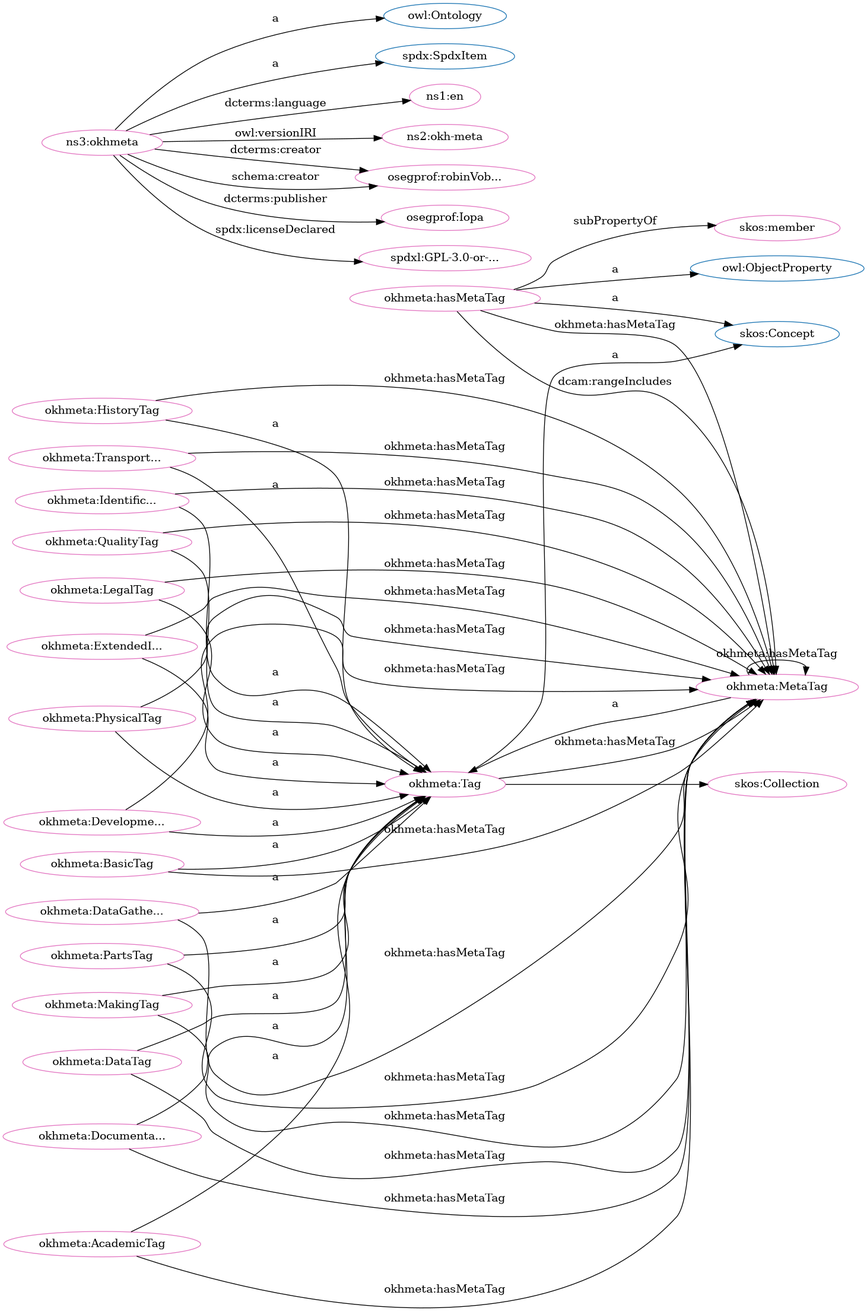
Above: src/spec/dot_okh-meta.png in iop-alliance/OpenKnowHow (Graphviz), before the change. Its source is kept beside it as src/spec/dot_okh-meta.dot.
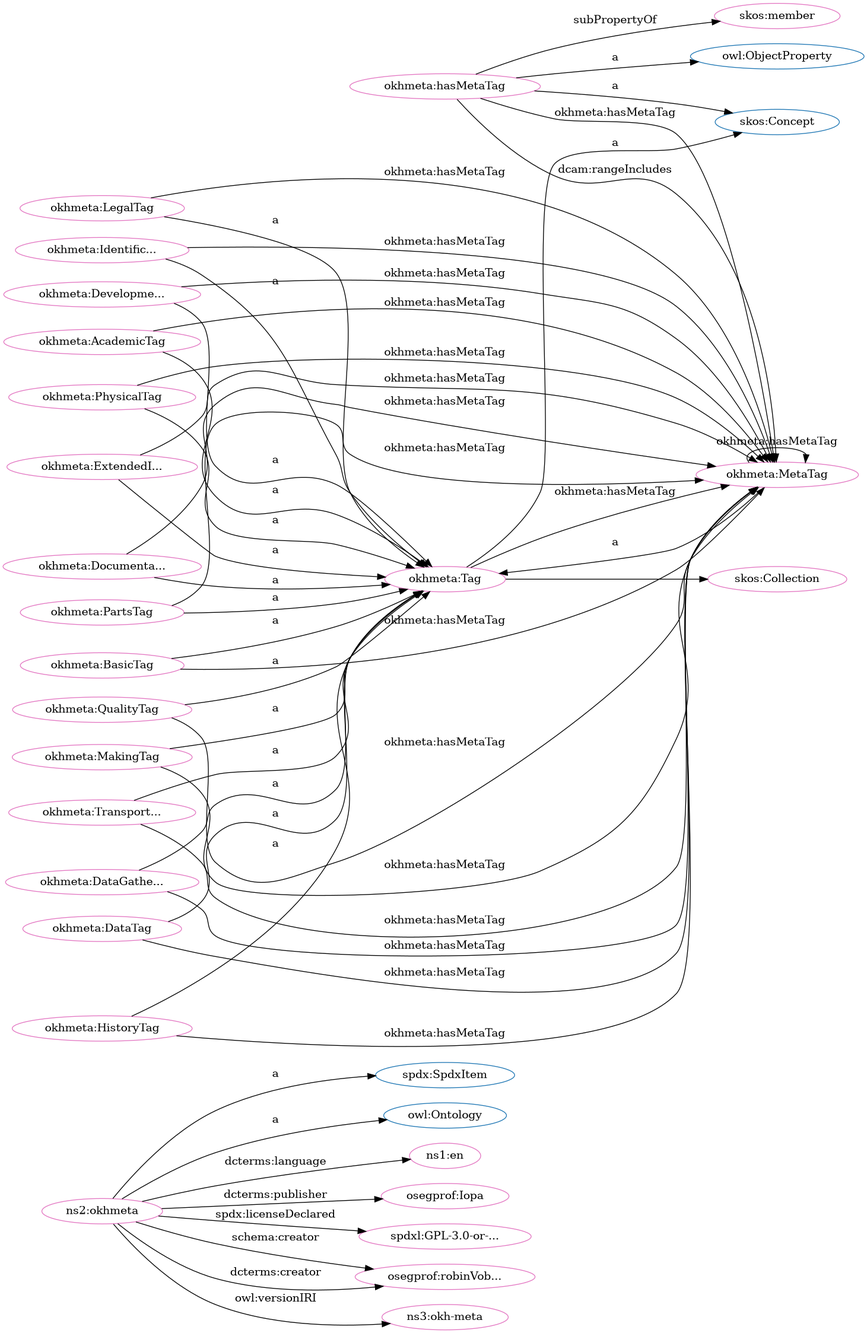
Above is the later version.

Change to the diagram source:
```diff
@@ -1,84 +1,84 @@
 digraph G {
   rankdir=BT
   node[height=.3]
+"http://spdx.org/rdf/terms#SpdxItem" [fillcolor="#1f77b4" color="#1f77b4" label="spdx:SpdxItem"]
+"http://www.w3.org/2004/02/skos/core#Collection" [fillcolor="#1f77b4" color="#1f77b4" label="skos:Collection"]
+"http://www.w3.org/2002/07/owl#ObjectProperty" [fillcolor="#1f77b4" color="#1f77b4" label="owl:ObjectProperty"]
 "http://www.w3.org/2004/02/skos/core#Concept" [fillcolor="#1f77b4" color="#1f77b4" label="skos:Concept"]
 "http://www.w3.org/2002/07/owl#Ontology" [fillcolor="#1f77b4" color="#1f77b4" label="owl:Ontology"]
-"http://www.w3.org/2004/02/skos/core#Collection" [fillcolor="#1f77b4" color="#1f77b4" label="skos:Collection"]
-"http://www.w3.org/2002/07/owl#ObjectProperty" [fillcolor="#1f77b4" color="#1f77b4" label="owl:ObjectProperty"]
-"http://spdx.org/rdf/terms#SpdxItem" [fillcolor="#1f77b4" color="#1f77b4" label="spdx:SpdxItem"]
 "http://w3id.org/oseg/ont/okhmeta#Tag" [fillcolor="#1f77b4" color="#1f77b4" label="okhmeta:Tag"]
 "http://w3id.org/oseg/ont/okhmeta#MetaTag" [fillcolor="#e377c2" color="#e377c2" label="okhmeta:MetaTag"]
+"http://id.loc.gov/vocabulary/iso639-1/en" [fillcolor="#e377c2" color="#e377c2" label="ns1:en"]
+"http://w3id.org/oseg/ont/okhmeta#hasMetaTag" [fillcolor="#e377c2" color="#e377c2" label="okhmeta:hasMetaTag"]
+"http://w3id.org/oseg/ont/okhmeta#MakingTag" [fillcolor="#e377c2" color="#e377c2" label="okhmeta:MakingTag"]
+"http://w3id.org/oseg/ont/okhmeta#DevelopmentTag" [fillcolor="#e377c2" color="#e377c2" label="okhmeta:Developme..."]
+"http://w3id.org/oseg/ont/okhmeta#Tag" [fillcolor="#e377c2" color="#e377c2" label="okhmeta:Tag"]
 "http://w3id.org/oseg/ont/okhmeta#LegalTag" [fillcolor="#e377c2" color="#e377c2" label="okhmeta:LegalTag"]
-"http://id.loc.gov/vocabulary/iso639-1/en" [fillcolor="#e377c2" color="#e377c2" label="ns1:en"]
+"http://w3id.org/oseg/ont/okhmeta#QualityTag" [fillcolor="#e377c2" color="#e377c2" label="okhmeta:QualityTag"]
+"http://w3id.org/oseg/ont/okhmeta#ExtendedInfoTag" [fillcolor="#e377c2" color="#e377c2" label="okhmeta:ExtendedI..."]
+"http://w3id.org/oseg/ont/okhmeta#IdentificationTag" [fillcolor="#e377c2" color="#e377c2" label="okhmeta:Identific..."]
+"http://w3id.org/oseg/ont/okhmeta" [fillcolor="#e377c2" color="#e377c2" label="ns2:okhmeta"]
+"http://w3id.org/oseg/ont/oseg-profiles#Iopa" [fillcolor="#e377c2" color="#e377c2" label="osegprof:Iopa"]
 "http://w3id.org/oseg/ont/okhmeta#DataTag" [fillcolor="#e377c2" color="#e377c2" label="okhmeta:DataTag"]
+"http://spdx.org/licenses/GPL-3.0-or-later" [fillcolor="#e377c2" color="#e377c2" label="spdxl:GPL-3.0-or-..."]
+"http://w3id.org/oseg/ont/oseg-profiles#robinVobruba" [fillcolor="#e377c2" color="#e377c2" label="osegprof:robinVob..."]
+"http://www.w3.org/2004/02/skos/core#Collection" [fillcolor="#e377c2" color="#e377c2" label="skos:Collection"]
+"http://www.w3.org/2004/02/skos/core#member" [fillcolor="#e377c2" color="#e377c2" label="skos:member"]
+"http://w3id.org/oseg/ont/okhmeta#BasicTag" [fillcolor="#e377c2" color="#e377c2" label="okhmeta:BasicTag"]
 "http://w3id.org/oseg/ont/okhmeta#HistoryTag" [fillcolor="#e377c2" color="#e377c2" label="okhmeta:HistoryTag"]
-"http://w3id.org/oseg/ont/1.1.0/okh-meta" [fillcolor="#e377c2" color="#e377c2" label="ns2:okh-meta"]
+"http://w3id.org/oseg/ont/okhmeta#DocumentationTag" [fillcolor="#e377c2" color="#e377c2" label="okhmeta:Documenta..."]
 "http://w3id.org/oseg/ont/okhmeta#DataGatheringTag" [fillcolor="#e377c2" color="#e377c2" label="okhmeta:DataGathe..."]
-"http://w3id.org/oseg/ont/okhmeta#MakingTag" [fillcolor="#e377c2" color="#e377c2" label="okhmeta:MakingTag"]
+"http://w3id.org/oseg/ont/okhmeta#PartsTag" [fillcolor="#e377c2" color="#e377c2" label="okhmeta:PartsTag"]
+"http://w3id.org/oseg/ont/okhmeta#PhysicalTag" [fillcolor="#e377c2" color="#e377c2" label="okhmeta:PhysicalTag"]
 "http://w3id.org/oseg/ont/okhmeta#TransportationTag" [fillcolor="#e377c2" color="#e377c2" label="okhmeta:Transport..."]
-"http://w3id.org/oseg/ont/oseg-profiles#robinVobruba" [fillcolor="#e377c2" color="#e377c2" label="osegprof:robinVob..."]
-"http://w3id.org/oseg/ont/okhmeta#hasMetaTag" [fillcolor="#e377c2" color="#e377c2" label="okhmeta:hasMetaTag"]
-"http://w3id.org/oseg/ont/okhmeta#IdentificationTag" [fillcolor="#e377c2" color="#e377c2" label="okhmeta:Identific..."]
-"http://w3id.org/oseg/ont/oseg-profiles#Iopa" [fillcolor="#e377c2" color="#e377c2" label="osegprof:Iopa"]
-"http://spdx.org/licenses/GPL-3.0-or-later" [fillcolor="#e377c2" color="#e377c2" label="spdxl:GPL-3.0-or-..."]
-"http://w3id.org/oseg/ont/okhmeta#BasicTag" [fillcolor="#e377c2" color="#e377c2" label="okhmeta:BasicTag"]
 "http://w3id.org/oseg/ont/okhmeta#AcademicTag" [fillcolor="#e377c2" color="#e377c2" label="okhmeta:AcademicTag"]
-"http://w3id.org/oseg/ont/okhmeta#PhysicalTag" [fillcolor="#e377c2" color="#e377c2" label="okhmeta:PhysicalTag"]
-"http://w3id.org/oseg/ont/okhmeta#DocumentationTag" [fillcolor="#e377c2" color="#e377c2" label="okhmeta:Documenta..."]
-"http://w3id.org/oseg/ont/okhmeta#Tag" [fillcolor="#e377c2" color="#e377c2" label="okhmeta:Tag"]
-"http://w3id.org/oseg/ont/okhmeta#DevelopmentTag" [fillcolor="#e377c2" color="#e377c2" label="okhmeta:Developme..."]
-"http://w3id.org/oseg/ont/okhmeta#PartsTag" [fillcolor="#e377c2" color="#e377c2" label="okhmeta:PartsTag"]
-"http://www.w3.org/2004/02/skos/core#Collection" [fillcolor="#e377c2" color="#e377c2" label="skos:Collection"]
-"http://w3id.org/oseg/ont/okhmeta#ExtendedInfoTag" [fillcolor="#e377c2" color="#e377c2" label="okhmeta:ExtendedI..."]
-"http://w3id.org/oseg/ont/okhmeta" [fillcolor="#e377c2" color="#e377c2" label="ns3:okhmeta"]
-"http://w3id.org/oseg/ont/okhmeta#QualityTag" [fillcolor="#e377c2" color="#e377c2" label="okhmeta:QualityTag"]
-"http://www.w3.org/2004/02/skos/core#member" [fillcolor="#e377c2" color="#e377c2" label="skos:member"]
+"http://w3id.org/oseg/ont/1.1.0/okh-meta" [fillcolor="#e377c2" color="#e377c2" label="ns3:okh-meta"]
+  "http://w3id.org/oseg/ont/okhmeta" -> "http://id.loc.gov/vocabulary/iso639-1/en" [label="dcterms:language"]
+  "http://w3id.org/oseg/ont/okhmeta#hasMetaTag" -> "http://www.w3.org/2002/07/owl#ObjectProperty" [label="a"]
+  "http://w3id.org/oseg/ont/okhmeta#AcademicTag" -> "http://w3id.org/oseg/ont/okhmeta#MetaTag" [label="okhmeta:hasMetaTag"]
+  "http://w3id.org/oseg/ont/okhmeta#BasicTag" -> "http://w3id.org/oseg/ont/okhmeta#MetaTag" [label="okhmeta:hasMetaTag"]
+  "http://w3id.org/oseg/ont/okhmeta#MakingTag" -> "http://w3id.org/oseg/ont/okhmeta#Tag" [label="a"]
+  "http://w3id.org/oseg/ont/okhmeta#DevelopmentTag" -> "http://w3id.org/oseg/ont/okhmeta#Tag" [label="a"]
   "http://w3id.org/oseg/ont/okhmeta#MakingTag" -> "http://w3id.org/oseg/ont/okhmeta#MetaTag" [label="okhmeta:hasMetaTag"]
-  "http://w3id.org/oseg/ont/okhmeta" -> "http://id.loc.gov/vocabulary/iso639-1/en" [label="dcterms:language"]
+  "http://w3id.org/oseg/ont/okhmeta#hasMetaTag" -> "http://w3id.org/oseg/ont/okhmeta#MetaTag" [label="okhmeta:hasMetaTag"]
+  "http://w3id.org/oseg/ont/okhmeta#Tag" -> "http://w3id.org/oseg/ont/okhmeta#MetaTag" [label="okhmeta:hasMetaTag"]
+  "http://w3id.org/oseg/ont/okhmeta#IdentificationTag" -> "http://w3id.org/oseg/ont/okhmeta#Tag" [label="a"]
+  "http://w3id.org/oseg/ont/okhmeta#PhysicalTag" -> "http://w3id.org/oseg/ont/okhmeta#MetaTag" [label="okhmeta:hasMetaTag"]
+  "http://w3id.org/oseg/ont/okhmeta" -> "http://spdx.org/rdf/terms#SpdxItem" [label="a"]
+  "http://w3id.org/oseg/ont/okhmeta#PartsTag" -> "http://w3id.org/oseg/ont/okhmeta#MetaTag" [label="okhmeta:hasMetaTag"]
+  "http://w3id.org/oseg/ont/okhmeta#DataGatheringTag" -> "http://w3id.org/oseg/ont/okhmeta#MetaTag" [label="okhmeta:hasMetaTag"]
+  "http://w3id.org/oseg/ont/okhmeta" -> "http://spdx.org/licenses/GPL-3.0-or-later" [label="spdx:licenseDeclared"]
+  "http://w3id.org/oseg/ont/okhmeta" -> "http://w3id.org/oseg/ont/oseg-profiles#robinVobruba" [label="schema:creator"]
+  "http://w3id.org/oseg/ont/okhmeta#BasicTag" -> "http://w3id.org/oseg/ont/okhmeta#Tag" [label="a"]
   "http://w3id.org/oseg/ont/okhmeta#HistoryTag" -> "http://w3id.org/oseg/ont/okhmeta#Tag" [label="a"]
+  "http://w3id.org/oseg/ont/okhmeta#DocumentationTag" -> "http://w3id.org/oseg/ont/okhmeta#Tag" [label="a"]
+  "http://w3id.org/oseg/ont/okhmeta" -> "http://www.w3.org/2002/07/owl#Ontology" [label="a"]
+  "http://w3id.org/oseg/ont/okhmeta#DataGatheringTag" -> "http://w3id.org/oseg/ont/okhmeta#Tag" [label="a"]
+  "http://w3id.org/oseg/ont/okhmeta#hasMetaTag" -> "http://www.w3.org/2004/02/skos/core#Concept" [label="a"]
+  "http://w3id.org/oseg/ont/okhmeta#HistoryTag" -> "http://w3id.org/oseg/ont/okhmeta#MetaTag" [label="okhmeta:hasMetaTag"]
+  "http://w3id.org/oseg/ont/okhmeta#MetaTag" -> "http://w3id.org/oseg/ont/okhmeta#Tag" [label="a"]
+  "http://w3id.org/oseg/ont/okhmeta#PhysicalTag" -> "http://w3id.org/oseg/ont/okhmeta#Tag" [label="a"]
+  "http://w3id.org/oseg/ont/okhmeta#DevelopmentTag" -> "http://w3id.org/oseg/ont/okhmeta#MetaTag" [label="okhmeta:hasMetaTag"]
+  "http://w3id.org/oseg/ont/okhmeta#DocumentationTag" -> "http://w3id.org/oseg/ont/okhmeta#MetaTag" [label="okhmeta:hasMetaTag"]
   "http://w3id.org/oseg/ont/okhmeta" -> "http://w3id.org/oseg/ont/1.1.0/okh-meta" [label="owl:versionIRI"]
-  "http://w3id.org/oseg/ont/okhmeta#DataGatheringTag" -> "http://w3id.org/oseg/ont/okhmeta#Tag" [label="a"]
-  "http://w3id.org/oseg/ont/okhmeta#MakingTag" -> "http://w3id.org/oseg/ont/okhmeta#Tag" [label="a"]
+  "http://w3id.org/oseg/ont/okhmeta#DataTag" -> "http://w3id.org/oseg/ont/okhmeta#MetaTag" [label="okhmeta:hasMetaTag"]
+  "http://w3id.org/oseg/ont/okhmeta#ExtendedInfoTag" -> "http://w3id.org/oseg/ont/okhmeta#MetaTag" [label="okhmeta:hasMetaTag"]
+  "http://w3id.org/oseg/ont/okhmeta#Tag" -> "http://www.w3.org/2004/02/skos/core#Concept" [label="a"]
+  "http://w3id.org/oseg/ont/okhmeta#LegalTag" -> "http://w3id.org/oseg/ont/okhmeta#Tag" [label="a"]
+  "http://w3id.org/oseg/ont/okhmeta#QualityTag" -> "http://w3id.org/oseg/ont/okhmeta#Tag" [label="a"]
+  "http://w3id.org/oseg/ont/okhmeta#ExtendedInfoTag" -> "http://w3id.org/oseg/ont/okhmeta#Tag" [label="a"]
+  "http://w3id.org/oseg/ont/okhmeta" -> "http://w3id.org/oseg/ont/oseg-profiles#Iopa" [label="dcterms:publisher"]
+  "http://w3id.org/oseg/ont/okhmeta#DataTag" -> "http://w3id.org/oseg/ont/okhmeta#Tag" [label="a"]
+  "http://w3id.org/oseg/ont/okhmeta#QualityTag" -> "http://w3id.org/oseg/ont/okhmeta#MetaTag" [label="okhmeta:hasMetaTag"]
+  "http://w3id.org/oseg/ont/okhmeta#Tag" -> "http://www.w3.org/2004/02/skos/core#Collection" [label=""]
+  "http://w3id.org/oseg/ont/okhmeta#hasMetaTag" -> "http://www.w3.org/2004/02/skos/core#member" [label="subPropertyOf"]
+  "http://w3id.org/oseg/ont/okhmeta#LegalTag" -> "http://w3id.org/oseg/ont/okhmeta#MetaTag" [label="okhmeta:hasMetaTag"]
+  "http://w3id.org/oseg/ont/okhmeta#hasMetaTag" -> "http://w3id.org/oseg/ont/okhmeta#MetaTag" [label="dcam:rangeIncludes"]
+  "http://w3id.org/oseg/ont/okhmeta#PartsTag" -> "http://w3id.org/oseg/ont/okhmeta#Tag" [label="a"]
   "http://w3id.org/oseg/ont/okhmeta" -> "http://w3id.org/oseg/ont/oseg-profiles#robinVobruba" [label="dcterms:creator"]
-  "http://w3id.org/oseg/ont/okhmeta#hasMetaTag" -> "http://w3id.org/oseg/ont/okhmeta#MetaTag" [label="dcam:rangeIncludes"]
-  "http://w3id.org/oseg/ont/okhmeta#hasMetaTag" -> "http://www.w3.org/2004/02/skos/core#Concept" [label="a"]
-  "http://w3id.org/oseg/ont/okhmeta#QualityTag" -> "http://w3id.org/oseg/ont/okhmeta#MetaTag" [label="okhmeta:hasMetaTag"]
+  "http://w3id.org/oseg/ont/okhmeta#TransportationTag" -> "http://w3id.org/oseg/ont/okhmeta#Tag" [label="a"]
   "http://w3id.org/oseg/ont/okhmeta#MetaTag" -> "http://w3id.org/oseg/ont/okhmeta#MetaTag" [label="okhmeta:hasMetaTag"]
-  "http://w3id.org/oseg/ont/okhmeta#HistoryTag" -> "http://w3id.org/oseg/ont/okhmeta#MetaTag" [label="okhmeta:hasMetaTag"]
-  "http://w3id.org/oseg/ont/okhmeta#PhysicalTag" -> "http://w3id.org/oseg/ont/okhmeta#Tag" [label="a"]
-  "http://w3id.org/oseg/ont/okhmeta#DocumentationTag" -> "http://w3id.org/oseg/ont/okhmeta#Tag" [label="a"]
-  "http://w3id.org/oseg/ont/okhmeta#ExtendedInfoTag" -> "http://w3id.org/oseg/ont/okhmeta#MetaTag" [label="okhmeta:hasMetaTag"]
+  "http://w3id.org/oseg/ont/okhmeta#AcademicTag" -> "http://w3id.org/oseg/ont/okhmeta#Tag" [label="a"]
+  "http://w3id.org/oseg/ont/okhmeta#TransportationTag" -> "http://w3id.org/oseg/ont/okhmeta#MetaTag" [label="okhmeta:hasMetaTag"]
   "http://w3id.org/oseg/ont/okhmeta#IdentificationTag" -> "http://w3id.org/oseg/ont/okhmeta#MetaTag" [label="okhmeta:hasMetaTag"]
-  "http://w3id.org/oseg/ont/okhmeta#PartsTag" -> "http://w3id.org/oseg/ont/okhmeta#Tag" [label="a"]
-  "http://w3id.org/oseg/ont/okhmeta#Tag" -> "http://www.w3.org/2004/02/skos/core#Collection" [label=""]
-  "http://w3id.org/oseg/ont/okhmeta#ExtendedInfoTag" -> "http://w3id.org/oseg/ont/okhmeta#Tag" [label="a"]
-  "http://w3id.org/oseg/ont/okhmeta#DocumentationTag" -> "http://w3id.org/oseg/ont/okhmeta#MetaTag" [label="okhmeta:hasMetaTag"]
-  "http://w3id.org/oseg/ont/okhmeta#PhysicalTag" -> "http://w3id.org/oseg/ont/okhmeta#MetaTag" [label="okhmeta:hasMetaTag"]
-  "http://w3id.org/oseg/ont/okhmeta#TransportationTag" -> "http://w3id.org/oseg/ont/okhmeta#MetaTag" [label="okhmeta:hasMetaTag"]
-  "http://w3id.org/oseg/ont/okhmeta#DataGatheringTag" -> "http://w3id.org/oseg/ont/okhmeta#MetaTag" [label="okhmeta:hasMetaTag"]
-  "http://w3id.org/oseg/ont/okhmeta#LegalTag" -> "http://w3id.org/oseg/ont/okhmeta#Tag" [label="a"]
-  "http://w3id.org/oseg/ont/okhmeta#DataTag" -> "http://w3id.org/oseg/ont/okhmeta#Tag" [label="a"]
-  "http://w3id.org/oseg/ont/okhmeta#TransportationTag" -> "http://w3id.org/oseg/ont/okhmeta#Tag" [label="a"]
-  "http://w3id.org/oseg/ont/okhmeta#IdentificationTag" -> "http://w3id.org/oseg/ont/okhmeta#Tag" [label="a"]
-  "http://w3id.org/oseg/ont/okhmeta" -> "http://w3id.org/oseg/ont/oseg-profiles#Iopa" [label="dcterms:publisher"]
-  "http://w3id.org/oseg/ont/okhmeta" -> "http://spdx.org/licenses/GPL-3.0-or-later" [label="spdx:licenseDeclared"]
-  "http://w3id.org/oseg/ont/okhmeta#hasMetaTag" -> "http://www.w3.org/2002/07/owl#ObjectProperty" [label="a"]
-  "http://w3id.org/oseg/ont/okhmeta#DataTag" -> "http://w3id.org/oseg/ont/okhmeta#MetaTag" [label="okhmeta:hasMetaTag"]
-  "http://w3id.org/oseg/ont/okhmeta#BasicTag" -> "http://w3id.org/oseg/ont/okhmeta#Tag" [label="a"]
-  "http://w3id.org/oseg/ont/okhmeta#AcademicTag" -> "http://w3id.org/oseg/ont/okhmeta#Tag" [label="a"]
-  "http://w3id.org/oseg/ont/okhmeta#Tag" -> "http://www.w3.org/2004/02/skos/core#Concept" [label="a"]
-  "http://w3id.org/oseg/ont/okhmeta#PartsTag" -> "http://w3id.org/oseg/ont/okhmeta#MetaTag" [label="okhmeta:hasMetaTag"]
-  "http://w3id.org/oseg/ont/okhmeta" -> "http://w3id.org/oseg/ont/oseg-profiles#robinVobruba" [label="schema:creator"]
-  "http://w3id.org/oseg/ont/okhmeta#DevelopmentTag" -> "http://w3id.org/oseg/ont/okhmeta#Tag" [label="a"]
-  "http://w3id.org/oseg/ont/okhmeta#Tag" -> "http://w3id.org/oseg/ont/okhmeta#MetaTag" [label="okhmeta:hasMetaTag"]
-  "http://w3id.org/oseg/ont/okhmeta#hasMetaTag" -> "http://w3id.org/oseg/ont/okhmeta#MetaTag" [label="okhmeta:hasMetaTag"]
-  "http://w3id.org/oseg/ont/okhmeta#BasicTag" -> "http://w3id.org/oseg/ont/okhmeta#MetaTag" [label="okhmeta:hasMetaTag"]
-  "http://w3id.org/oseg/ont/okhmeta" -> "http://spdx.org/rdf/terms#SpdxItem" [label="a"]
-  "http://w3id.org/oseg/ont/okhmeta#AcademicTag" -> "http://w3id.org/oseg/ont/okhmeta#MetaTag" [label="okhmeta:hasMetaTag"]
-  "http://w3id.org/oseg/ont/okhmeta#MetaTag" -> "http://w3id.org/oseg/ont/okhmeta#Tag" [label="a"]
-  "http://w3id.org/oseg/ont/okhmeta#LegalTag" -> "http://w3id.org/oseg/ont/okhmeta#MetaTag" [label="okhmeta:hasMetaTag"]
-  "http://w3id.org/oseg/ont/okhmeta#DevelopmentTag" -> "http://w3id.org/oseg/ont/okhmeta#MetaTag" [label="okhmeta:hasMetaTag"]
-  "http://w3id.org/oseg/ont/okhmeta" -> "http://www.w3.org/2002/07/owl#Ontology" [label="a"]
-  "http://w3id.org/oseg/ont/okhmeta#QualityTag" -> "http://w3id.org/oseg/ont/okhmeta#Tag" [label="a"]
-  "http://w3id.org/oseg/ont/okhmeta#hasMetaTag" -> "http://www.w3.org/2004/02/skos/core#member" [label="subPropertyOf"]
 }
```
